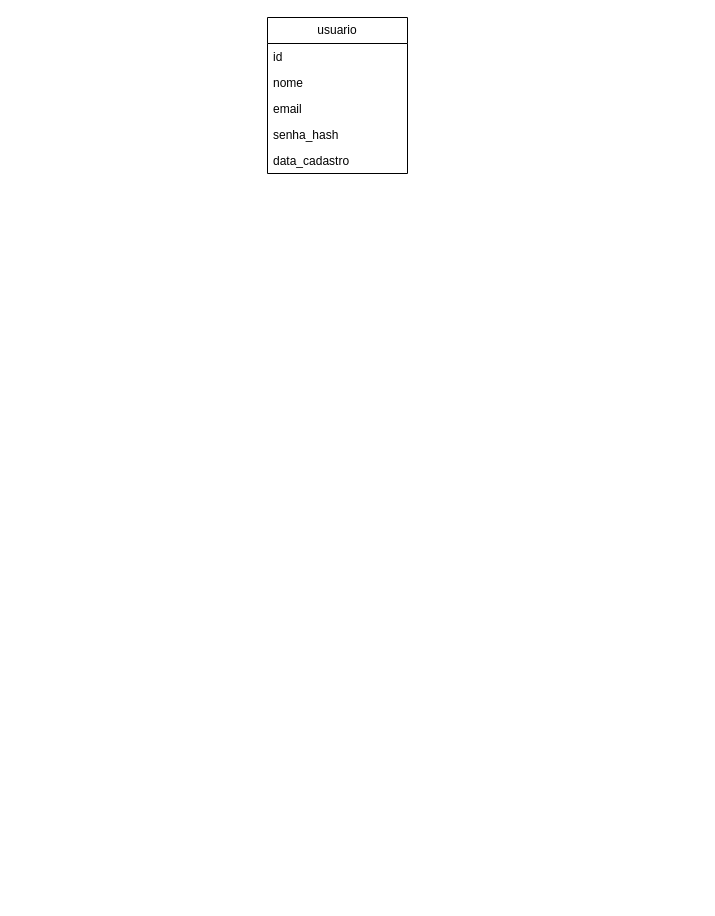
Earlier version of the draw.io diagram Diagramas/Diagrama Entidade Relacionamento/db1.dio (MatchVagas/Documentation). Source tidied: cells renumbered, new cells numbered last; positions are measured from the earlier drawing's top-left corner, leaving out a move shared by most shapes. Both pictures are drawn from the tidied source at 100%, with x=0, y=0 at pixel (267, 17).
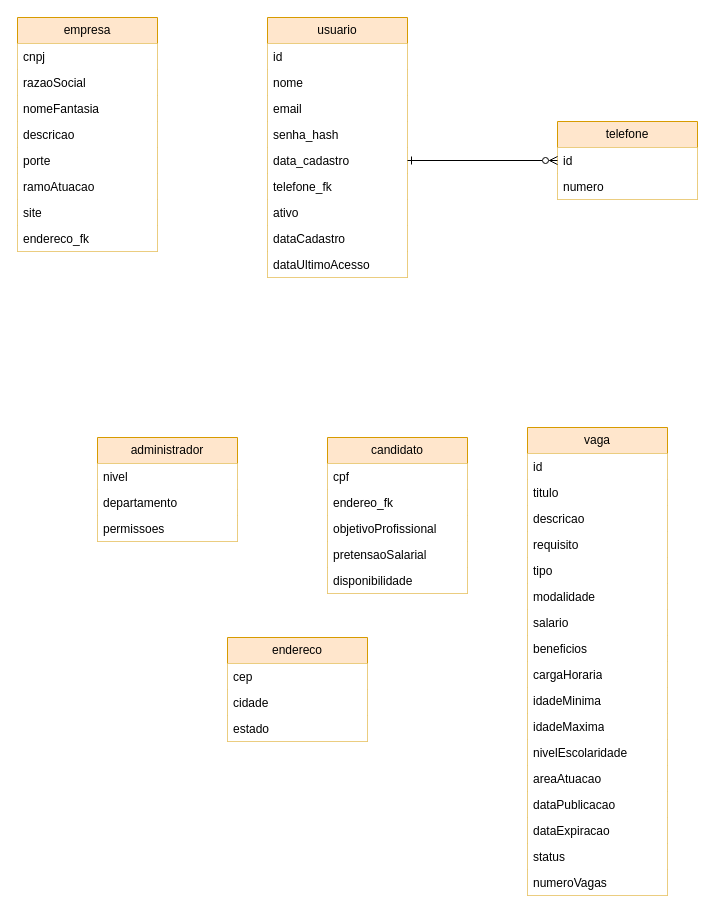
The same page after the edit.

Commit message (it also covers changes not shown here):
atualização da formatação dos nomes das classes

Change to the diagram source:
```diff
@@
-    <mxCell id="2" value="usuario" style="swimlane;fontStyle=0;horizontal=1;startSize=26;fillColor=none;whiteSpace=wrap;html=1;" parent="1" vertex="1">
-      <mxGeometry width="140" height="156" as="geometry" />
+    <mxCell id="2" value="usuario" style="swimlane;fontStyle=0;horizontal=1;startSize=26;fillColor=#ffe6cc;whiteSpace=wrap;html=1;rounded=0;strokeColor=#d79b00;" parent="1" vertex="1">
+      <mxGeometry width="140" height="260" as="geometry" />
     </mxCell>
-    <mxCell id="3" value="id" style="text;strokeColor=none;fillColor=none;align=left;verticalAlign=top;spacingLeft=4;spacingRight=4;overflow=hidden;whiteSpace=wrap;html=1;" parent="2" vertex="1">
+    <mxCell id="3" value="id" style="text;align=left;verticalAlign=top;spacingLeft=4;spacingRight=4;overflow=hidden;whiteSpace=wrap;html=1;fillColor=default;" parent="2" vertex="1">
       <mxGeometry y="26" width="140" height="26" as="geometry" />
     </mxCell>
-    <mxCell id="4" value="nome" style="text;strokeColor=none;fillColor=none;align=left;verticalAlign=top;spacingLeft=4;spacingRight=4;overflow=hidden;whiteSpace=wrap;html=1;" parent="2" vertex="1">
+    <mxCell id="4" value="nome" style="text;strokeColor=none;fillColor=default;align=left;verticalAlign=top;spacingLeft=4;spacingRight=4;overflow=hidden;whiteSpace=wrap;html=1;" parent="2" vertex="1">
       <mxGeometry y="52" width="140" height="26" as="geometry" />
     </mxCell>
-    <mxCell id="5" value="email" style="text;strokeColor=none;fillColor=none;align=left;verticalAlign=top;spacingLeft=4;spacingRight=4;overflow=hidden;whiteSpace=wrap;html=1;" parent="2" vertex="1">
+    <mxCell id="5" value="email" style="text;strokeColor=none;fillColor=default;align=left;verticalAlign=top;spacingLeft=4;spacingRight=4;overflow=hidden;whiteSpace=wrap;html=1;" parent="2" vertex="1">
       <mxGeometry y="78" width="140" height="26" as="geometry" />
     </mxCell>
-    <mxCell id="6" value="senha_hash" style="text;strokeColor=none;fillColor=none;align=left;verticalAlign=top;spacingLeft=4;spacingRight=4;overflow=hidden;whiteSpace=wrap;html=1;" parent="2" vertex="1">
+    <mxCell id="6" value="senha_hash" style="text;strokeColor=none;fillColor=default;align=left;verticalAlign=top;spacingLeft=4;spacingRight=4;overflow=hidden;whiteSpace=wrap;html=1;" parent="2" vertex="1">
       <mxGeometry y="104" width="140" height="26" as="geometry" />
     </mxCell>
-    <mxCell id="7" value="data_cadastro" style="text;strokeColor=none;fillColor=none;align=left;verticalAlign=top;spacingLeft=4;spacingRight=4;overflow=hidden;points=[[0,0.5],[1,0.5]];portConstraint=eastwest;whiteSpace=wrap;html=1;" parent="2" vertex="1">
+    <mxCell id="7" value="data_cadastro" style="text;strokeColor=none;fillColor=default;align=left;verticalAlign=top;spacingLeft=4;spacingRight=4;overflow=hidden;points=[[0,0.5],[1,0.5]];portConstraint=eastwest;whiteSpace=wrap;html=1;" parent="2" vertex="1">
       <mxGeometry y="130" width="140" height="26" as="geometry" />
     </mxCell>
+    <mxCell id="8" value="telefone_fk" style="text;strokeColor=none;fillColor=default;align=left;verticalAlign=top;spacingLeft=4;spacingRight=4;overflow=hidden;whiteSpace=wrap;html=1;" parent="2" vertex="1">
+      <mxGeometry y="156" width="140" height="26" as="geometry" />
+    </mxCell>
+    <mxCell id="9" value="ativo" style="text;strokeColor=none;fillColor=default;align=left;verticalAlign=top;spacingLeft=4;spacingRight=4;overflow=hidden;whiteSpace=wrap;html=1;" parent="2" vertex="1">
+      <mxGeometry y="182" width="140" height="26" as="geometry" />
+    </mxCell>
+    <mxCell id="10" value="dataCadastro" style="text;strokeColor=none;fillColor=default;align=left;verticalAlign=top;spacingLeft=4;spacingRight=4;overflow=hidden;whiteSpace=wrap;html=1;" parent="2" vertex="1">
+      <mxGeometry y="208" width="140" height="26" as="geometry" />
+    </mxCell>
+    <mxCell id="11" value="dataUltimoAcesso" style="text;strokeColor=none;fillColor=default;align=left;verticalAlign=top;spacingLeft=4;spacingRight=4;overflow=hidden;whiteSpace=wrap;html=1;" parent="2" vertex="1">
+      <mxGeometry y="234" width="140" height="26" as="geometry" />
+    </mxCell>
+    <mxCell id="12" value="telefone" style="swimlane;fontStyle=0;horizontal=1;startSize=26;fillColor=#ffe6cc;whiteSpace=wrap;html=1;strokeColor=#d79b00;" parent="1" vertex="1">
+      <mxGeometry x="290" y="104" width="140" height="78" as="geometry" />
+    </mxCell>
+    <mxCell id="13" value="id" style="text;align=left;verticalAlign=top;spacingLeft=4;spacingRight=4;overflow=hidden;points=[[0,0.5],[1,0.5]];portConstraint=eastwest;whiteSpace=wrap;html=1;fillColor=default;" parent="12" vertex="1">
+      <mxGeometry y="26" width="140" height="26" as="geometry" />
+    </mxCell>
+    <mxCell id="14" value="numero" style="text;strokeColor=none;fillColor=default;align=left;verticalAlign=top;spacingLeft=4;spacingRight=4;overflow=hidden;whiteSpace=wrap;html=1;" parent="12" vertex="1">
+      <mxGeometry y="52" width="140" height="26" as="geometry" />
+    </mxCell>
+    <mxCell id="15" style="edgeStyle=none;html=1;exitX=0;exitY=0.5;exitDx=0;exitDy=0;entryX=1;entryY=0.5;entryDx=0;entryDy=0;endArrow=ERone;endFill=0;startArrow=ERzeroToMany;startFill=0;" parent="1" edge="1" source="13" target="7">
+      <mxGeometry relative="1" as="geometry" />
+    </mxCell>
+    <mxCell id="16" value="candidato" style="swimlane;fontStyle=0;horizontal=1;startSize=26;fillColor=#ffe6cc;whiteSpace=wrap;html=1;rounded=0;strokeColor=#d79b00;" parent="1" vertex="1">
+      <mxGeometry x="60" y="420" width="140" height="156" as="geometry" />
+    </mxCell>
+    <mxCell id="17" value="cpf" style="text;align=left;verticalAlign=top;spacingLeft=4;spacingRight=4;overflow=hidden;whiteSpace=wrap;html=1;fillColor=default;" parent="16" vertex="1">
+      <mxGeometry y="26" width="140" height="26" as="geometry" />
+    </mxCell>
+    <mxCell id="18" value="endereo_fk" style="text;strokeColor=none;fillColor=default;align=left;verticalAlign=top;spacingLeft=4;spacingRight=4;overflow=hidden;whiteSpace=wrap;html=1;" parent="16" vertex="1">
+      <mxGeometry y="52" width="140" height="26" as="geometry" />
+    </mxCell>
+    <mxCell id="19" value="objetivoProfissional" style="text;strokeColor=none;fillColor=default;align=left;verticalAlign=top;spacingLeft=4;spacingRight=4;overflow=hidden;whiteSpace=wrap;html=1;" parent="16" vertex="1">
+      <mxGeometry y="78" width="140" height="26" as="geometry" />
+    </mxCell>
+    <mxCell id="20" value="pretensaoSalarial" style="text;strokeColor=none;fillColor=default;align=left;verticalAlign=top;spacingLeft=4;spacingRight=4;overflow=hidden;whiteSpace=wrap;html=1;" parent="16" vertex="1">
+      <mxGeometry y="104" width="140" height="26" as="geometry" />
+    </mxCell>
+    <mxCell id="21" value="disponibilidade" style="text;strokeColor=none;fillColor=default;align=left;verticalAlign=top;spacingLeft=4;spacingRight=4;overflow=hidden;whiteSpace=wrap;html=1;" parent="16" vertex="1">
+      <mxGeometry y="130" width="140" height="26" as="geometry" />
+    </mxCell>
+    <mxCell id="22" value="endereco" style="swimlane;fontStyle=0;horizontal=1;startSize=26;fillColor=#ffe6cc;whiteSpace=wrap;html=1;rounded=0;strokeColor=#d79b00;" parent="1" vertex="1">
+      <mxGeometry x="-40" y="620" width="140" height="104" as="geometry" />
+    </mxCell>
+    <mxCell id="23" value="cep" style="text;align=left;verticalAlign=top;spacingLeft=4;spacingRight=4;overflow=hidden;whiteSpace=wrap;html=1;fillColor=default;" parent="22" vertex="1">
+      <mxGeometry y="26" width="140" height="26" as="geometry" />
+    </mxCell>
+    <mxCell id="24" value="cidade" style="text;strokeColor=none;fillColor=default;align=left;verticalAlign=top;spacingLeft=4;spacingRight=4;overflow=hidden;whiteSpace=wrap;html=1;" parent="22" vertex="1">
+      <mxGeometry y="52" width="140" height="26" as="geometry" />
+    </mxCell>
+    <mxCell id="25" value="estado" style="text;strokeColor=none;fillColor=default;align=left;verticalAlign=top;spacingLeft=4;spacingRight=4;overflow=hidden;whiteSpace=wrap;html=1;" parent="22" vertex="1">
+      <mxGeometry y="78" width="140" height="26" as="geometry" />
+    </mxCell>
+    <mxCell id="26" value="empresa" style="swimlane;fontStyle=0;horizontal=1;startSize=26;fillColor=#ffe6cc;whiteSpace=wrap;html=1;rounded=0;strokeColor=#d79b00;" parent="1" vertex="1">
+      <mxGeometry x="-250" width="140" height="234" as="geometry" />
+    </mxCell>
+    <mxCell id="27" value="cnpj" style="text;align=left;verticalAlign=top;spacingLeft=4;spacingRight=4;overflow=hidden;whiteSpace=wrap;html=1;fillColor=default;" parent="26" vertex="1">
+      <mxGeometry y="26" width="140" height="26" as="geometry" />
+    </mxCell>
+    <mxCell id="28" value="razaoSocial" style="text;strokeColor=none;fillColor=default;align=left;verticalAlign=top;spacingLeft=4;spacingRight=4;overflow=hidden;whiteSpace=wrap;html=1;" parent="26" vertex="1">
+      <mxGeometry y="52" width="140" height="26" as="geometry" />
+    </mxCell>
+    <mxCell id="29" value="nomeFantasia" style="text;strokeColor=none;fillColor=default;align=left;verticalAlign=top;spacingLeft=4;spacingRight=4;overflow=hidden;whiteSpace=wrap;html=1;" parent="26" vertex="1">
+      <mxGeometry y="78" width="140" height="26" as="geometry" />
+    </mxCell>
+    <mxCell id="30" value="descricao" style="text;strokeColor=none;fillColor=default;align=left;verticalAlign=top;spacingLeft=4;spacingRight=4;overflow=hidden;whiteSpace=wrap;html=1;" parent="26" vertex="1">
+      <mxGeometry y="104" width="140" height="26" as="geometry" />
+    </mxCell>
+    <mxCell id="31" value="porte" style="text;strokeColor=none;fillColor=default;align=left;verticalAlign=top;spacingLeft=4;spacingRight=4;overflow=hidden;whiteSpace=wrap;html=1;" parent="26" vertex="1">
+      <mxGeometry y="130" width="140" height="26" as="geometry" />
+    </mxCell>
+    <mxCell id="32" value="ramoAtuacao" style="text;strokeColor=none;fillColor=default;align=left;verticalAlign=top;spacingLeft=4;spacingRight=4;overflow=hidden;whiteSpace=wrap;html=1;" parent="26" vertex="1">
+      <mxGeometry y="156" width="140" height="26" as="geometry" />
+    </mxCell>
+    <mxCell id="33" value="site" style="text;strokeColor=none;fillColor=default;align=left;verticalAlign=top;spacingLeft=4;spacingRight=4;overflow=hidden;whiteSpace=wrap;html=1;" parent="26" vertex="1">
+      <mxGeometry y="182" width="140" height="26" as="geometry" />
+    </mxCell>
+    <mxCell id="34" value="endereco_fk" style="text;strokeColor=none;fillColor=default;align=left;verticalAlign=top;spacingLeft=4;spacingRight=4;overflow=hidden;whiteSpace=wrap;html=1;" parent="26" vertex="1">
+      <mxGeometry y="208" width="140" height="26" as="geometry" />
+    </mxCell>
+    <mxCell id="35" value="vaga" style="swimlane;fontStyle=0;horizontal=1;startSize=26;fillColor=#ffe6cc;whiteSpace=wrap;html=1;rounded=0;strokeColor=#d79b00;" parent="1" vertex="1">
+      <mxGeometry x="260" y="410" width="140" height="468" as="geometry" />
+    </mxCell>
+    <mxCell id="36" value="id" style="text;align=left;verticalAlign=top;spacingLeft=4;spacingRight=4;overflow=hidden;whiteSpace=wrap;html=1;fillColor=default;" parent="35" vertex="1">
+      <mxGeometry y="26" width="140" height="26" as="geometry" />
+    </mxCell>
+    <mxCell id="37" value="titulo" style="text;strokeColor=none;fillColor=default;align=left;verticalAlign=top;spacingLeft=4;spacingRight=4;overflow=hidden;whiteSpace=wrap;html=1;" parent="35" vertex="1">
+      <mxGeometry y="52" width="140" height="26" as="geometry" />
+    </mxCell>
+    <mxCell id="38" value="descricao" style="text;strokeColor=none;fillColor=default;align=left;verticalAlign=top;spacingLeft=4;spacingRight=4;overflow=hidden;whiteSpace=wrap;html=1;" parent="35" vertex="1">
+      <mxGeometry y="78" width="140" height="26" as="geometry" />
+    </mxCell>
+    <mxCell id="39" value="requisito" style="text;strokeColor=none;fillColor=default;align=left;verticalAlign=top;spacingLeft=4;spacingRight=4;overflow=hidden;whiteSpace=wrap;html=1;" parent="35" vertex="1">
+      <mxGeometry y="104" width="140" height="26" as="geometry" />
+    </mxCell>
+    <mxCell id="40" value="tipo" style="text;strokeColor=none;fillColor=default;align=left;verticalAlign=top;spacingLeft=4;spacingRight=4;overflow=hidden;whiteSpace=wrap;html=1;" parent="35" vertex="1">
+      <mxGeometry y="130" width="140" height="26" as="geometry" />
+    </mxCell>
+    <mxCell id="41" value="modalidade" style="text;strokeColor=none;fillColor=default;align=left;verticalAlign=top;spacingLeft=4;spacingRight=4;overflow=hidden;whiteSpace=wrap;html=1;" parent="35" vertex="1">
+      <mxGeometry y="156" width="140" height="26" as="geometry" />
+    </mxCell>
+    <mxCell id="42" value="salario" style="text;strokeColor=none;fillColor=default;align=left;verticalAlign=top;spacingLeft=4;spacingRight=4;overflow=hidden;whiteSpace=wrap;html=1;" parent="35" vertex="1">
+      <mxGeometry y="182" width="140" height="26" as="geometry" />
+    </mxCell>
+    <mxCell id="43" value="beneficios" style="text;strokeColor=none;fillColor=default;align=left;verticalAlign=top;spacingLeft=4;spacingRight=4;overflow=hidden;whiteSpace=wrap;html=1;" parent="35" vertex="1">
+      <mxGeometry y="208" width="140" height="26" as="geometry" />
+    </mxCell>
+    <mxCell id="44" value="cargaHoraria" style="text;strokeColor=none;fillColor=default;align=left;verticalAlign=top;spacingLeft=4;spacingRight=4;overflow=hidden;whiteSpace=wrap;html=1;" parent="35" vertex="1">
+      <mxGeometry y="234" width="140" height="26" as="geometry" />
+    </mxCell>
+    <mxCell id="45" value="idadeMinima" style="text;strokeColor=none;fillColor=default;align=left;verticalAlign=top;spacingLeft=4;spacingRight=4;overflow=hidden;whiteSpace=wrap;html=1;" parent="35" vertex="1">
+      <mxGeometry y="260" width="140" height="26" as="geometry" />
+    </mxCell>
+    <mxCell id="46" value="idadeMaxima" style="text;strokeColor=none;fillColor=default;align=left;verticalAlign=top;spacingLeft=4;spacingRight=4;overflow=hidden;whiteSpace=wrap;html=1;" parent="35" vertex="1">
+      <mxGeometry y="286" width="140" height="26" as="geometry" />
+    </mxCell>
+    <mxCell id="47" value="nivelEscolaridade" style="text;strokeColor=none;fillColor=default;align=left;verticalAlign=top;spacingLeft=4;spacingRight=4;overflow=hidden;whiteSpace=wrap;html=1;" parent="35" vertex="1">
+      <mxGeometry y="312" width="140" height="26" as="geometry" />
+    </mxCell>
+    <mxCell id="48" value="areaAtuacao" style="text;strokeColor=none;fillColor=default;align=left;verticalAlign=top;spacingLeft=4;spacingRight=4;overflow=hidden;whiteSpace=wrap;html=1;" parent="35" vertex="1">
+      <mxGeometry y="338" width="140" height="26" as="geometry" />
+    </mxCell>
+    <mxCell id="49" value="dataPublicacao" style="text;strokeColor=none;fillColor=default;align=left;verticalAlign=top;spacingLeft=4;spacingRight=4;overflow=hidden;whiteSpace=wrap;html=1;" parent="35" vertex="1">
+      <mxGeometry y="364" width="140" height="26" as="geometry" />
+    </mxCell>
+    <mxCell id="50" value="dataExpiracao" style="text;strokeColor=none;fillColor=default;align=left;verticalAlign=top;spacingLeft=4;spacingRight=4;overflow=hidden;whiteSpace=wrap;html=1;" parent="35" vertex="1">
+      <mxGeometry y="390" width="140" height="26" as="geometry" />
+    </mxCell>
+    <mxCell id="51" value="status" style="text;strokeColor=none;fillColor=default;align=left;verticalAlign=top;spacingLeft=4;spacingRight=4;overflow=hidden;whiteSpace=wrap;html=1;" parent="35" vertex="1">
+      <mxGeometry y="416" width="140" height="26" as="geometry" />
+    </mxCell>
+    <mxCell id="52" value="numeroVagas" style="text;strokeColor=none;fillColor=default;align=left;verticalAlign=top;spacingLeft=4;spacingRight=4;overflow=hidden;whiteSpace=wrap;html=1;" parent="35" vertex="1">
+      <mxGeometry y="442" width="140" height="26" as="geometry" />
+    </mxCell>
+    <mxCell id="53" value="administrador" style="swimlane;fontStyle=0;horizontal=1;startSize=26;fillColor=#ffe6cc;whiteSpace=wrap;html=1;rounded=0;strokeColor=#d79b00;" parent="1" vertex="1">
+      <mxGeometry x="-170" y="420" width="140" height="104" as="geometry" />
+    </mxCell>
+    <mxCell id="54" value="nivel" style="text;align=left;verticalAlign=top;spacingLeft=4;spacingRight=4;overflow=hidden;whiteSpace=wrap;html=1;fillColor=default;" parent="53" vertex="1">
+      <mxGeometry y="26" width="140" height="26" as="geometry" />
+    </mxCell>
+    <mxCell id="55" value="departamento" style="text;strokeColor=none;fillColor=default;align=left;verticalAlign=top;spacingLeft=4;spacingRight=4;overflow=hidden;whiteSpace=wrap;html=1;" parent="53" vertex="1">
+      <mxGeometry y="52" width="140" height="26" as="geometry" />
+    </mxCell>
+    <mxCell id="56" value="permissoes" style="text;strokeColor=none;fillColor=default;align=left;verticalAlign=top;spacingLeft=4;spacingRight=4;overflow=hidden;whiteSpace=wrap;html=1;" parent="53" vertex="1">
+      <mxGeometry y="78" width="140" height="26" as="geometry" />
+    </mxCell>
```
